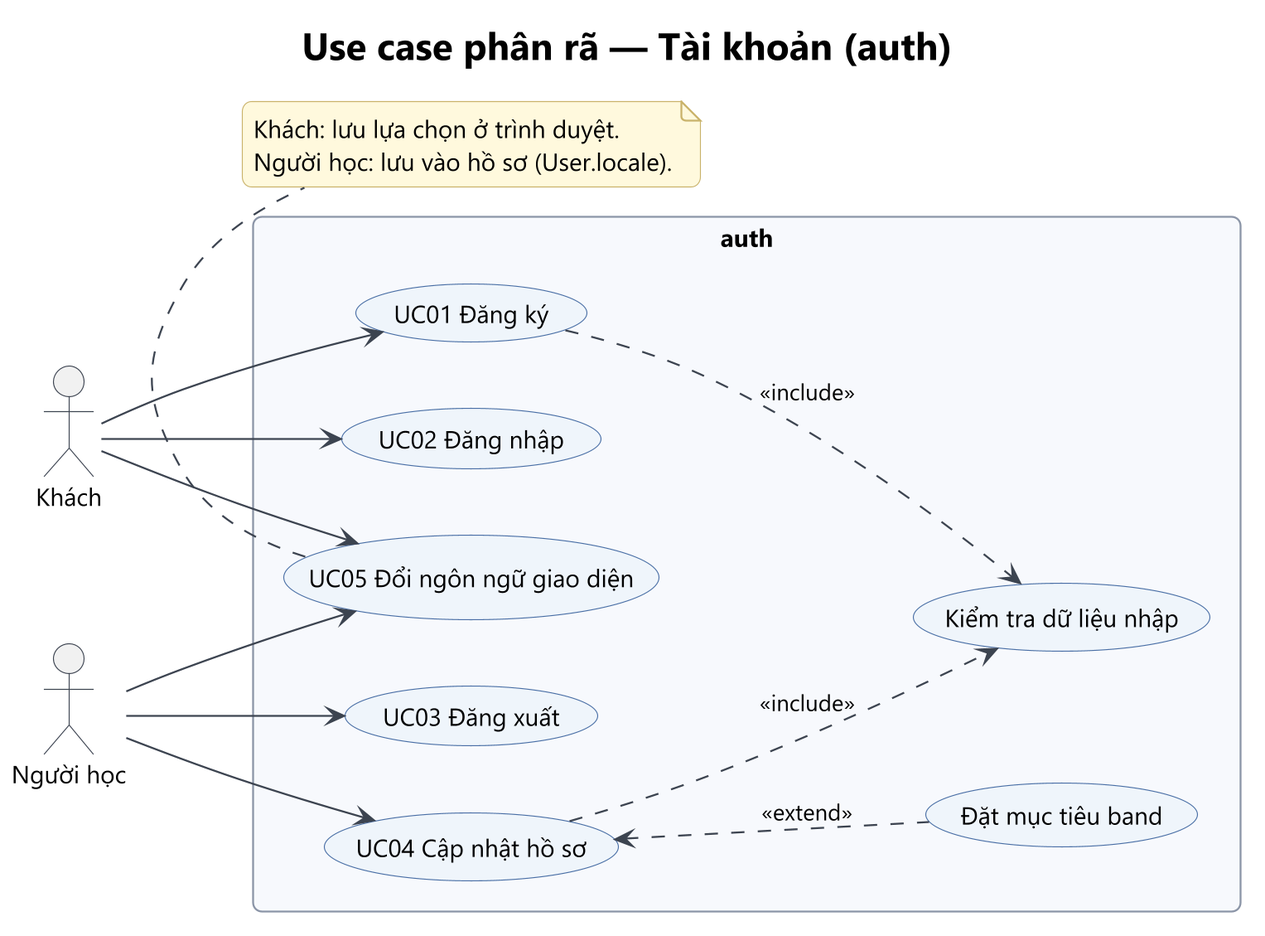
Before: Analysis_Design/02_UseCase/uc-01-auth.png, a diagram exported from PlantUML (Ac-2836/WebDev-FinalProject-LinMaster). Source of this version:
```plantuml
@startuml uc-01-auth
!include ../_style.iuml
title Use case phân rã — Tài khoản (auth)
left to right direction
actor "Khách" as Guest
actor "Người học" as Learner
rectangle "auth" {
  usecase "UC01 Đăng ký" as UC01
  usecase "UC02 Đăng nhập" as UC02
  usecase "UC03 Đăng xuất" as UC03
  usecase "UC04 Cập nhật hồ sơ" as UC04
  usecase "Đặt mục tiêu band" as UC04a
  usecase "UC05 Đổi ngôn ngữ giao diện" as UC05
  usecase "Kiểm tra dữ liệu nhập" as V
}
Guest --> UC01
Guest --> UC02
Guest --> UC05
Learner --> UC03
Learner --> UC04
Learner --> UC05
UC01 ..> V : <<include>>
UC04 ..> V : <<include>>
UC04 <.. UC04a : <<extend>>
note bottom of UC05
  Khách: lưu lựa chọn ở trình duyệt.
  Người học: lưu vào hồ sơ (User.locale).
end note
@enduml
```
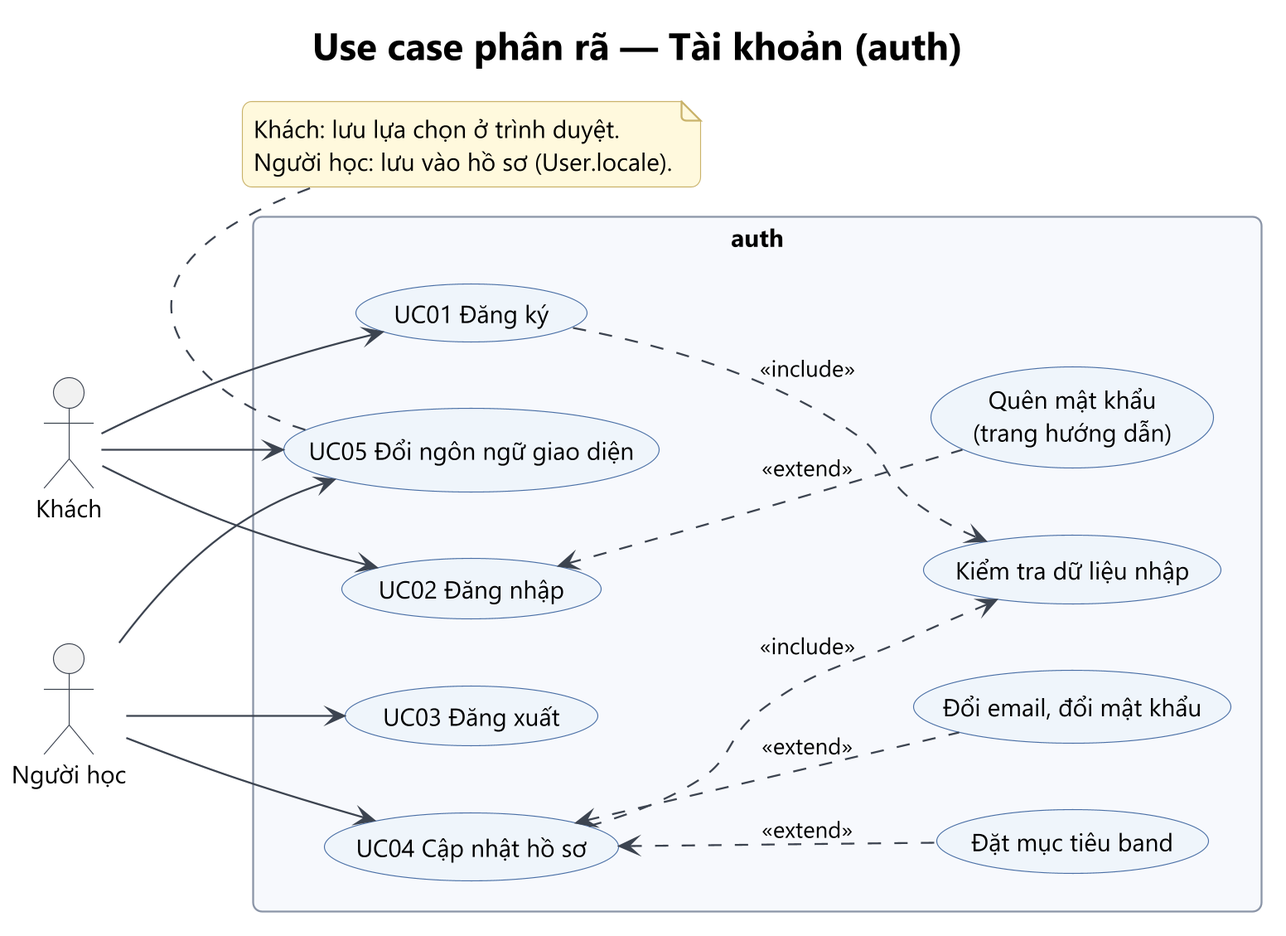
After the commit.

Change to the diagram source:
```diff
@@ -10,6 +10,8 @@
   usecase "UC03 Đăng xuất" as UC03
   usecase "UC04 Cập nhật hồ sơ" as UC04
   usecase "Đặt mục tiêu band" as UC04a
+  usecase "Đổi email, đổi mật khẩu" as UC04b
+  usecase "Quên mật khẩu\n(trang hướng dẫn)" as UC02a
   usecase "UC05 Đổi ngôn ngữ giao diện" as UC05
   usecase "Kiểm tra dữ liệu nhập" as V
 }
@@ -22,6 +24,8 @@
 UC01 ..> V : <<include>>
 UC04 ..> V : <<include>>
 UC04 <.. UC04a : <<extend>>
+UC04 <.. UC04b : <<extend>>
+UC02 <.. UC02a : <<extend>>
 note bottom of UC05
   Khách: lưu lựa chọn ở trình duyệt.
   Người học: lưu vào hồ sơ (User.locale).
```
